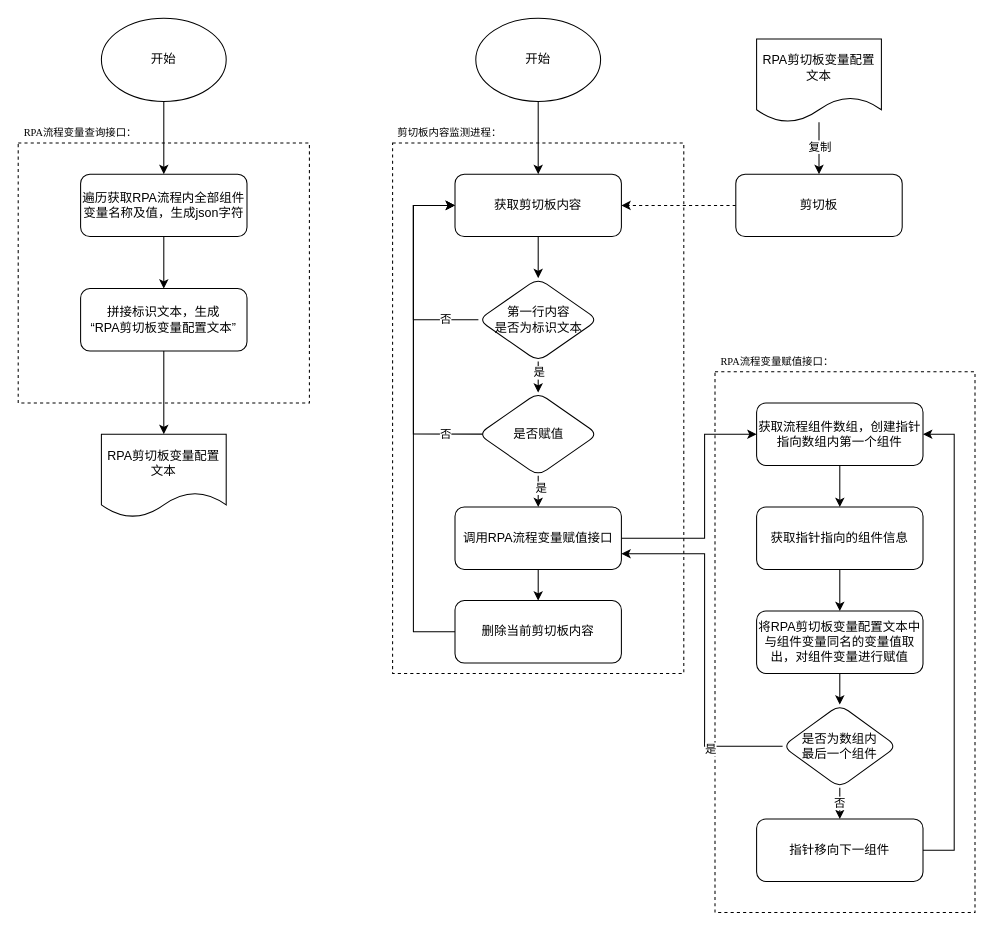
ColonelDarcy2018/excelsior keeps this draw.io diagram as 剪切板变量赋值专利发明方案图一.drawio. Above is the earlier version. Source tidied: cells renumbered, new cells numbered last; positions are measured from the earlier drawing's top-left corner, leaving out a move shared by most shapes. Both pictures are drawn from the tidied source at 104%, with x=0, y=0 at pixel (18, 18).
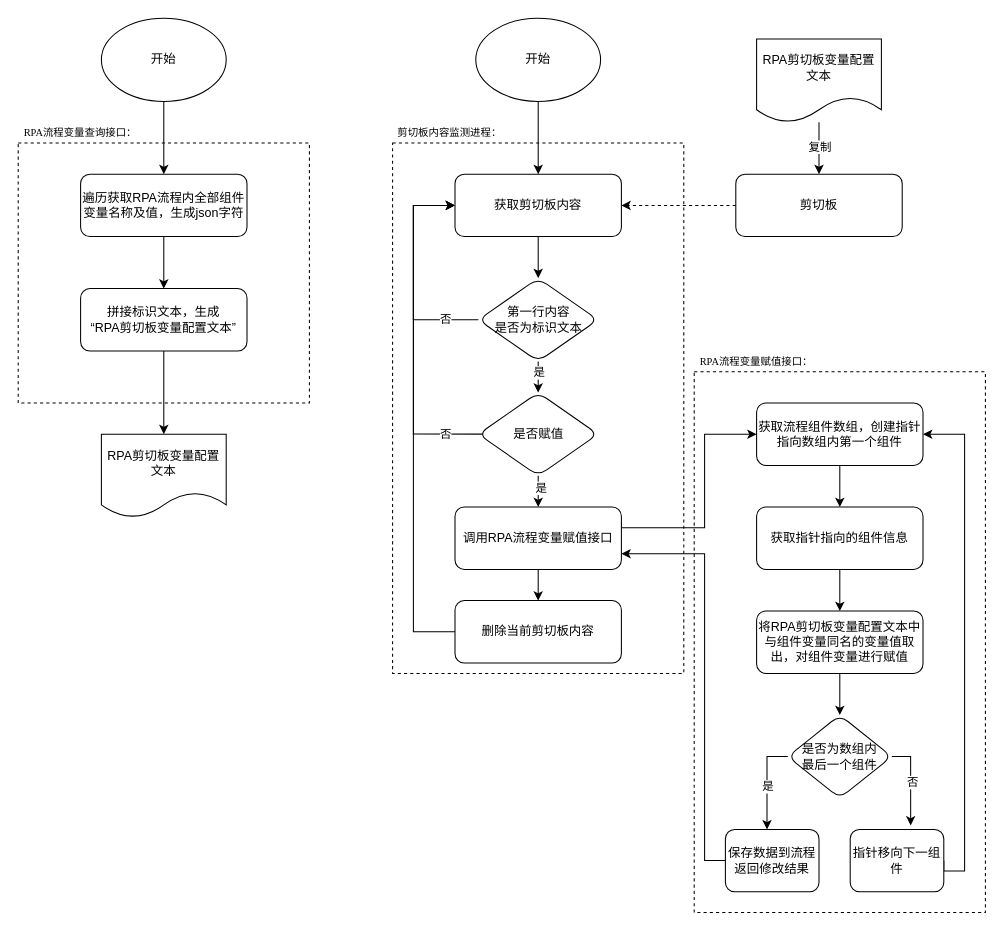
Above is the later version.

Commit message:
更新剪切板变量赋值专利发明方案图一.drawio

Unchanged cells that the change refers to:
```xml
<mxCell id="35" value="获取流程组件数组，创建指针指向数组内第一个组件" style="rounded=1;whiteSpace=wrap;html=1;" parent="1" vertex="1">
  <mxGeometry x="710" y="370" width="160" height="60" as="geometry" />
</mxCell>
<mxCell id="40" value="将RPA剪切板变量配置文本中与组件变量同名的变量值取出，对组件变量进行赋值" style="rounded=1;whiteSpace=wrap;html=1;" parent="1" vertex="1">
  <mxGeometry x="710" y="570" width="160" height="60" as="geometry" />
</mxCell>
<mxCell id="43" value="调用RPA流程变量赋值接口" style="rounded=1;whiteSpace=wrap;html=1;" parent="1" vertex="1">
  <mxGeometry x="420" y="470" width="160" height="60" as="geometry" />
</mxCell>
```

Change to the diagram source:
```diff
@@
-    <mxCell id="2" style="rounded=0;whiteSpace=wrap;html=1;dashed=1;" parent="1" vertex="1">
-      <mxGeometry x="670" y="340" width="250" height="520" as="geometry" />
+    <mxCell id="2" style="rounded=0;whiteSpace=wrap;html=1;dashed=1;rotation=0;" parent="1" vertex="1">
+      <mxGeometry x="650" y="340" width="280" height="520" as="geometry">
+        <mxPoint x="11" as="offset" />
+      </mxGeometry>
     </mxCell>
@@
     <mxCell id="36" value="&lt;p style=&quot;margin: 0pt 0pt 0.0001pt; text-align: start;&quot; class=&quot;MsoNormal&quot;&gt;&lt;font face=&quot;Times New Roman&quot;&gt;RPA流程变量赋值接口：&lt;/font&gt;&lt;br&gt;&lt;/p&gt;" style="text;html=1;strokeColor=none;fillColor=none;align=center;verticalAlign=middle;whiteSpace=wrap;rounded=0;fontSize=10;" parent="1" vertex="1">
-      <mxGeometry x="670" y="320" width="120" height="20" as="geometry" />
+      <mxGeometry x="650" y="320" width="120" height="20" as="geometry" />
     </mxCell>
@@
-    <mxCell id="39" style="edgeStyle=orthogonalEdgeStyle;rounded=0;jettySize=auto;html=1;" parent="1" edge="1" source="40" target="47">
+    <mxCell id="39" style="rounded=0;jettySize=auto;html=1;edgeStyle=orthogonalEdgeStyle;" parent="1" edge="1" source="40" target="47">
       <mxGeometry relative="1" as="geometry" />
     </mxCell>
@@
-    <mxCell id="41" style="edgeStyle=orthogonalEdgeStyle;rounded=0;jettySize=auto;html=1;entryX=0;entryY=0.5;entryDx=0;entryDy=0;" parent="1" edge="1" source="43" target="35">
+    <mxCell id="41" style="edgeStyle=orthogonalEdgeStyle;rounded=0;jettySize=auto;html=1;entryX=0;entryY=0.5;entryDx=0;entryDy=0;exitX=1;exitY=0.25;exitDx=0;exitDy=0;" parent="1" edge="1" source="43" target="35">
       <mxGeometry relative="1" as="geometry">
         <Array as="points">
-          <mxPoint x="660" y="500" />
+          <mxPoint x="580" y="490" />
+          <mxPoint x="660" y="490" />
           <mxPoint x="660" y="400" />
         </Array>
       </mxGeometry>
     </mxCell>
@@
-    <mxCell id="44" style="edgeStyle=orthogonalEdgeStyle;rounded=0;jettySize=auto;html=1;entryX=1;entryY=0.75;entryDx=0;entryDy=0;" parent="1" edge="1" source="47" target="43">
-      <mxGeometry relative="1" as="geometry">
-        <Array as="points">
-          <mxPoint x="660" y="700" />
-          <mxPoint x="660" y="515" />
-        </Array>
-      </mxGeometry>
-    </mxCell>
+    <mxCell id="51" style="edgeStyle=orthogonalEdgeStyle;rounded=0;jettySize=auto;html=1;exitX=0;exitY=0.5;exitDx=0;exitDy=0;" parent="1" edge="1" source="47" target="54">
+      <mxGeometry relative="1" as="geometry">
+        <Array as="points">
+          <mxPoint x="720" y="710" />
+        </Array>
+      </mxGeometry>
+    </mxCell>
-    <mxCell id="45" value="是" style="edgeLabel;html=1;align=center;verticalAlign=middle;" parent="44" vertex="1">
-      <mxGeometry x="-0.59" y="2" relative="1" as="geometry" />
+    <mxCell id="45" value="是" style="edgeLabel;html=1;align=center;verticalAlign=middle;" parent="51" vertex="1">
+      <mxGeometry x="0.06" relative="1" as="geometry" />
     </mxCell>
+    <mxCell id="52" style="edgeStyle=orthogonalEdgeStyle;rounded=0;jettySize=auto;html=1;entryX=0.646;entryY=-0.063;entryDx=0;entryDy=0;exitX=1;exitY=0.5;exitDx=0;exitDy=0;entryPerimeter=0;" parent="1" edge="1" source="47" target="49">
+      <mxGeometry relative="1" as="geometry">
+        <Array as="points">
+          <mxPoint x="858" y="710" />
+        </Array>
+      </mxGeometry>
+    </mxCell>
-    <mxCell id="46" value="否" style="edgeStyle=orthogonalEdgeStyle;rounded=0;jettySize=auto;html=1;" parent="1" edge="1" source="47" target="49">
-      <mxGeometry relative="1" as="geometry" />
+    <mxCell id="46" value="否" style="edgeLabel;html=1;align=center;verticalAlign=middle;" parent="52" vertex="1">
+      <mxGeometry x="0.01" y="1" relative="1" as="geometry" />
     </mxCell>
     <mxCell id="47" value="是否为数组内&lt;br&gt;最后一个组件" style="rhombus;whiteSpace=wrap;html=1;rounded=1;" parent="1" vertex="1">
-      <mxGeometry x="735" y="660" width="110" height="80" as="geometry" />
+      <mxGeometry x="740" y="670" width="100" height="80" as="geometry" />
     </mxCell>
     <mxCell id="48" style="edgeStyle=orthogonalEdgeStyle;rounded=0;jettySize=auto;html=1;entryX=1;entryY=0.5;entryDx=0;entryDy=0;exitX=1;exitY=0.5;exitDx=0;exitDy=0;" parent="1" edge="1" source="49" target="35">
       <mxGeometry relative="1" as="geometry">
         <Array as="points">
-          <mxPoint x="900" y="800" />
-          <mxPoint x="900" y="400" />
+          <mxPoint x="890" y="820" />
+          <mxPoint x="910" y="820" />
+          <mxPoint x="910" y="400" />
         </Array>
       </mxGeometry>
     </mxCell>
     <mxCell id="49" value="指针移向下一组件" style="rounded=1;whiteSpace=wrap;html=1;" parent="1" vertex="1">
-      <mxGeometry x="710" y="770" width="160" height="60" as="geometry" />
+      <mxGeometry x="800" y="780" width="90" height="60" as="geometry" />
     </mxCell>
@@
+    <mxCell id="53" style="edgeStyle=orthogonalEdgeStyle;rounded=0;jettySize=auto;html=1;entryX=1;entryY=0.75;entryDx=0;entryDy=0;exitX=0;exitY=0.5;exitDx=0;exitDy=0;" parent="1" edge="1" source="54" target="43">
+      <mxGeometry relative="1" as="geometry">
+        <Array as="points">
+          <mxPoint x="660" y="810" />
+          <mxPoint x="660" y="515" />
+        </Array>
+      </mxGeometry>
+    </mxCell>
+    <mxCell id="54" value="保存数据到流程&lt;br&gt;返回修改结果" style="rounded=1;whiteSpace=wrap;html=1;" parent="1" vertex="1">
+      <mxGeometry x="680" y="780" width="90" height="60" as="geometry" />
+    </mxCell>
```
